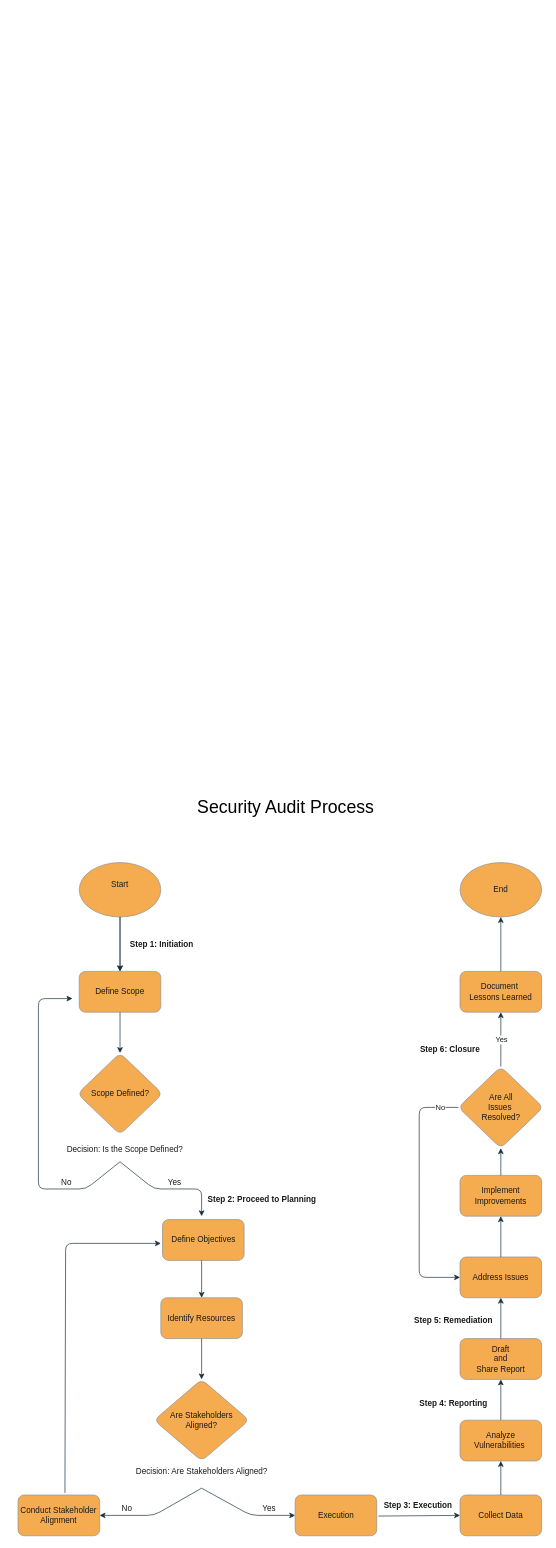
Earlier version of the draw.io diagram Visuals/Security_Audit_Process_Flowchart.drawio (CJWasson/Security-Audit-Botium-Toys). Source tidied: cells renumbered, new cells numbered last; positions are measured from the earlier drawing's top-left corner, leaving out a move shared by most shapes. Both pictures are drawn from the tidied source at 68%, with x=0, y=0 at pixel (18, 794).
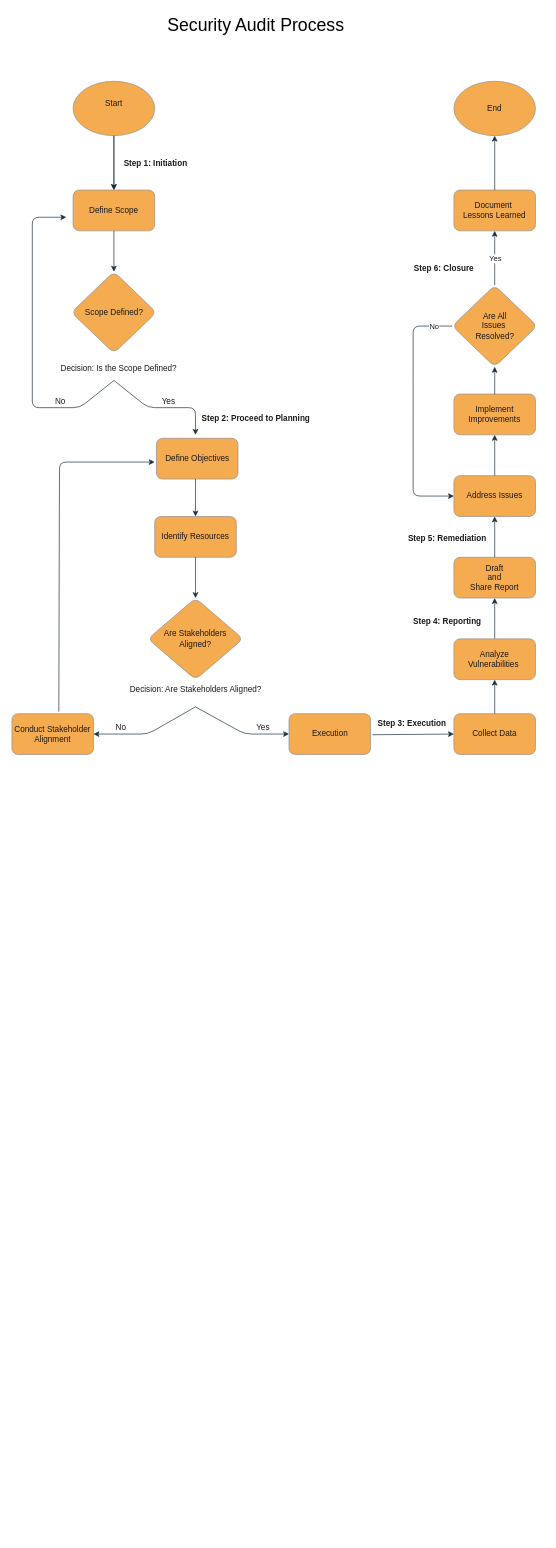
The same diagram, later.

The change refers to these unchanged cells:
```xml
<mxCell id="5" value="&lt;font&gt;Start&lt;/font&gt;&lt;div&gt;&lt;br&gt;&lt;/div&gt;" style="ellipse;whiteSpace=wrap;html=1;labelBackgroundColor=none;fillColor=#F5AB50;strokeColor=#909090;fontColor=#1A1A1A;rounded=1;" parent="3" vertex="1">
  <mxGeometry x="60" width="120" height="80" as="geometry" />
</mxCell>
<mxCell id="6" value="&lt;font&gt;Define Scope&lt;/font&gt;" style="rounded=1;whiteSpace=wrap;html=1;labelBackgroundColor=none;fillColor=#F5AB50;strokeColor=#909090;fontColor=#1A1A1A;" parent="3" vertex="1">
  <mxGeometry x="60" y="160" width="120" height="60" as="geometry" />
</mxCell>
<mxCell id="18" value="&lt;font&gt;Identify Resources&lt;/font&gt;" style="rounded=1;whiteSpace=wrap;html=1;labelBackgroundColor=none;fillColor=#F5AB50;strokeColor=#909090;fontColor=#1A1A1A;" parent="3" vertex="1">
  <mxGeometry x="180" y="640" width="120" height="60" as="geometry" />
</mxCell>
<mxCell id="31" value="&lt;font&gt;Analyze Vulnerabilities&amp;nbsp;&lt;/font&gt;" style="rounded=1;whiteSpace=wrap;html=1;labelBackgroundColor=none;fillColor=#F5AB50;strokeColor=#909090;fontColor=#1A1A1A;" parent="3" vertex="1">
  <mxGeometry x="620" y="820" width="120" height="60" as="geometry" />
</mxCell>
<mxCell id="35" value="Draft&lt;div&gt;and&lt;/div&gt;&lt;div&gt;Share Report&lt;/div&gt;" style="rounded=1;whiteSpace=wrap;html=1;strokeColor=#909090;fontColor=#1A1A1A;fillColor=#F5AB50;" parent="3" vertex="1">
  <mxGeometry x="620" y="700" width="120" height="60" as="geometry" />
</mxCell>
<mxCell id="37" value="Address Issues" style="rounded=1;whiteSpace=wrap;html=1;strokeColor=#909090;fontColor=#1A1A1A;fillColor=#F5AB50;" parent="3" vertex="1">
  <mxGeometry x="620" y="580" width="120" height="60" as="geometry" />
</mxCell>
<mxCell id="38" value="Implement Improvements" style="rounded=1;whiteSpace=wrap;html=1;strokeColor=#909090;fontColor=#1A1A1A;fillColor=#F5AB50;" parent="3" vertex="1">
  <mxGeometry x="620" y="460" width="120" height="60" as="geometry" />
</mxCell>
<mxCell id="46" value="Document&amp;nbsp;&lt;div&gt;Lessons Learned&lt;/div&gt;" style="rounded=1;whiteSpace=wrap;html=1;strokeColor=#909090;fontColor=#1A1A1A;fillColor=#F5AB50;" parent="3" vertex="1">
  <mxGeometry x="620" y="160" width="120" height="60" as="geometry" />
</mxCell>
<mxCell id="52" value="&lt;font&gt;Conduct Stakeholder Alignment&lt;/font&gt;" style="rounded=1;whiteSpace=wrap;html=1;labelBackgroundColor=none;fillColor=#F5AB50;strokeColor=#909090;fontColor=#1A1A1A;" parent="3" vertex="1">
  <mxGeometry x="-30" y="930" width="120" height="60" as="geometry" />
</mxCell>
```

Change to the diagram source:
```diff
@@
-    <mxCell id="2" style="group;" parent="1" vertex="1">
-      <mxGeometry x="30" width="742.5" height="1091" as="geometry" />
-    </mxCell>
+    <mxCell id="54" style="group;" parent="1" vertex="1">
+      <mxGeometry x="21" y="-1149" width="742.5" height="1091" as="geometry" />
+    </mxCell>
-    <mxCell id="3" style="group;" parent="2" vertex="1">
+    <mxCell id="3" style="group;" parent="54" vertex="1">
       <mxGeometry y="101" width="742.5" height="990" as="geometry" />
     </mxCell>
-    <mxCell id="4" style="edgeStyle=orthogonalEdgeStyle;rounded=1;jettySize=auto;html=1;labelBackgroundColor=none;strokeColor=#182E3E;fontColor=default;" parent="3" edge="1" source="5" target="6">
-      <mxGeometry relative="1" as="geometry" />
-    </mxCell>
+    <mxCell id="55" style="edgeStyle=orthogonalEdgeStyle;rounded=1;jettySize=auto;html=1;labelBackgroundColor=none;strokeColor=#182E3E;fontColor=default;" parent="3" edge="1" source="5" target="6">
+      <mxGeometry relative="1" as="geometry" />
+    </mxCell>
@@
-    <mxCell id="8" style="endArrow=classic;html=1;rounded=1;entryX=0.5;entryY=0;entryDx=0;entryDy=0;exitX=0.5;exitY=1;exitDx=0;exitDy=0;labelBackgroundColor=none;strokeColor=#182E3E;fontColor=default;" parent="3" edge="1" source="5" target="6">
-      <mxGeometry relative="1" as="geometry" />
-    </mxCell>
+    <mxCell id="56" style="endArrow=classic;html=1;rounded=1;entryX=0.5;entryY=0;entryDx=0;entryDy=0;exitX=0.5;exitY=1;exitDx=0;exitDy=0;labelBackgroundColor=none;strokeColor=#182E3E;fontColor=default;" parent="3" edge="1" source="5" target="6">
+      <mxGeometry relative="1" as="geometry" />
+    </mxCell>
-    <mxCell id="9" value="&lt;font&gt;&lt;b&gt;Step 1: Initiation&lt;/b&gt;&lt;/font&gt;" style="edgeLabel;html=1;align=center;verticalAlign=middle;fontSize=12;labelBackgroundColor=none;fontColor=#1A1A1A;rounded=1;" parent="8" vertex="1">
+    <mxCell id="9" value="&lt;font&gt;&lt;b&gt;Step 1: Initiation&lt;/b&gt;&lt;/font&gt;" style="edgeLabel;html=1;align=center;verticalAlign=middle;fontSize=12;labelBackgroundColor=none;fontColor=#1A1A1A;rounded=1;" parent="56" vertex="1">
       <mxGeometry relative="1" as="geometry">
         <mxPoint x="60" as="offset" />
       </mxGeometry>
     </mxCell>
@@
-    <mxCell id="12" style="endArrow=classic;html=1;rounded=1;labelBackgroundColor=none;strokeColor=#182E3E;fontColor=default;" parent="3" edge="1">
-      <mxGeometry relative="1" as="geometry">
-        <mxPoint x="120" y="440" as="sourcePoint" />
-        <mxPoint x="240" y="520" as="targetPoint" />
-        <Array as="points">
-          <mxPoint x="170" y="480" />
-          <mxPoint x="240" y="480" />
-        </Array>
-      </mxGeometry>
-    </mxCell>
+    <mxCell id="57" style="endArrow=classic;html=1;rounded=1;labelBackgroundColor=none;strokeColor=#182E3E;fontColor=default;" parent="3" edge="1">
+      <mxGeometry relative="1" as="geometry">
+        <mxPoint x="120" y="440" as="sourcePoint" />
+        <mxPoint x="240" y="520" as="targetPoint" />
+        <Array as="points">
+          <mxPoint x="170" y="480" />
+          <mxPoint x="240" y="480" />
+        </Array>
+      </mxGeometry>
+    </mxCell>
-    <mxCell id="13" value="Yes" style="edgeLabel;html=1;align=center;verticalAlign=middle;fontSize=12;labelBackgroundColor=none;fontColor=#1A1A1A;rounded=1;" parent="12" vertex="1">
+    <mxCell id="13" value="Yes" style="edgeLabel;html=1;align=center;verticalAlign=middle;fontSize=12;labelBackgroundColor=none;fontColor=#1A1A1A;rounded=1;" parent="57" vertex="1">
       <mxGeometry relative="1" as="geometry">
         <mxPoint x="7" y="-10" as="offset" />
       </mxGeometry>
     </mxCell>
-    <mxCell id="14" value="&lt;font style=&quot;font-size: 12px;&quot;&gt;Decision: Is the Scope Defined?&lt;/font&gt;" style="edgeLabel;html=1;align=left;verticalAlign=bottom;rotation=0;labelBackgroundColor=none;fontColor=#1A1A1A;rounded=1;" parent="12" vertex="1">
+    <mxCell id="14" value="&lt;font style=&quot;font-size: 12px;&quot;&gt;Decision: Is the Scope Defined?&lt;/font&gt;" style="edgeLabel;html=1;align=left;verticalAlign=bottom;rotation=0;labelBackgroundColor=none;fontColor=#1A1A1A;rounded=1;" parent="57" vertex="1">
       <mxGeometry x="-1" relative="1" as="geometry">
         <mxPoint x="-80" y="-10" as="offset" />
       </mxGeometry>
     </mxCell>
-    <mxCell id="15" value="Step 2: Proceed to Planning&amp;nbsp;" style="edgeLabel;html=1;align=right;verticalAlign=bottom;fontSize=12;labelBackgroundColor=none;fontColor=#1A1A1A;fontStyle=1;rounded=1;" parent="12" vertex="1">
+    <mxCell id="15" value="Step 2: Proceed to Planning&amp;nbsp;" style="edgeLabel;html=1;align=right;verticalAlign=bottom;fontSize=12;labelBackgroundColor=none;fontColor=#1A1A1A;fontStyle=1;rounded=1;" parent="57" vertex="1">
       <mxGeometry x="1" relative="1" as="geometry">
         <mxPoint x="172" y="-16" as="offset" />
       </mxGeometry>
     </mxCell>
-    <mxCell id="16" style="endArrow=classic;html=1;rounded=1;labelBackgroundColor=none;strokeColor=#182E3E;fontColor=default;" parent="3" edge="1">
-      <mxGeometry relative="1" as="geometry">
-        <mxPoint x="120" y="440" as="sourcePoint" />
-        <mxPoint x="50" y="200" as="targetPoint" />
-        <Array as="points">
-          <mxPoint x="70" y="480" />
-          <mxPoint x="30" y="480" />
-          <mxPoint y="480" />
-          <mxPoint y="200" />
-        </Array>
-      </mxGeometry>
-    </mxCell>
-    <mxCell id="17" value="No" style="edgeLabel;html=1;align=center;verticalAlign=middle;fontSize=12;labelBackgroundColor=none;fontColor=#1A1A1A;rounded=1;" parent="16" vertex="1">
-      <mxGeometry relative="1" as="geometry">
-        <mxPoint x="40" y="88" as="offset" />
-      </mxGeometry>
-    </mxCell>
+    <mxCell id="58" style="endArrow=classic;html=1;rounded=1;labelBackgroundColor=none;strokeColor=#182E3E;fontColor=default;" parent="3" edge="1">
+      <mxGeometry relative="1" as="geometry">
+        <mxPoint x="120" y="440" as="sourcePoint" />
+        <mxPoint x="50" y="200" as="targetPoint" />
+        <Array as="points">
+          <mxPoint x="70" y="480" />
+          <mxPoint x="30" y="480" />
+          <mxPoint y="480" />
+          <mxPoint y="200" />
+        </Array>
+      </mxGeometry>
+    </mxCell>
+    <mxCell id="59" value="No" style="edgeLabel;html=1;align=center;verticalAlign=middle;fontSize=12;labelBackgroundColor=none;fontColor=#1A1A1A;rounded=1;" parent="58" vertex="1">
+      <mxGeometry relative="1" as="geometry">
+        <mxPoint x="40" y="88" as="offset" />
+      </mxGeometry>
+    </mxCell>
@@
-    <mxCell id="21" style="endArrow=classic;html=1;rounded=1;labelBackgroundColor=none;strokeColor=#182E3E;fontColor=default;" parent="3" edge="1">
-      <mxGeometry relative="1" as="geometry">
-        <mxPoint x="240" y="920" as="sourcePoint" />
-        <mxPoint x="90" y="960" as="targetPoint" />
-        <Array as="points">
-          <mxPoint x="170" y="960" />
-        </Array>
-      </mxGeometry>
-    </mxCell>
-    <mxCell id="22" value="No" style="edgeLabel;html=1;align=center;verticalAlign=middle;fontSize=12;labelBackgroundColor=none;fontColor=#1A1A1A;rounded=1;" parent="21" vertex="1">
-      <mxGeometry relative="1" as="geometry">
-        <mxPoint x="-41" y="-10" as="offset" />
-      </mxGeometry>
-    </mxCell>
-    <mxCell id="23" style="endArrow=classic;html=1;rounded=1;labelBackgroundColor=none;strokeColor=#182E3E;fontColor=default;" parent="3" edge="1">
-      <mxGeometry relative="1" as="geometry">
-        <mxPoint x="240" y="920" as="sourcePoint" />
-        <mxPoint x="377.5" y="960" as="targetPoint" />
-        <Array as="points">
-          <mxPoint x="312.5" y="960" />
-        </Array>
-      </mxGeometry>
-    </mxCell>
+    <mxCell id="60" style="endArrow=classic;html=1;rounded=1;labelBackgroundColor=none;strokeColor=#182E3E;fontColor=default;" parent="3" edge="1">
+      <mxGeometry relative="1" as="geometry">
+        <mxPoint x="240" y="920" as="sourcePoint" />
+        <mxPoint x="90" y="960" as="targetPoint" />
+        <Array as="points">
+          <mxPoint x="170" y="960" />
+        </Array>
+      </mxGeometry>
+    </mxCell>
+    <mxCell id="61" value="No" style="edgeLabel;html=1;align=center;verticalAlign=middle;fontSize=12;labelBackgroundColor=none;fontColor=#1A1A1A;rounded=1;" parent="60" vertex="1">
+      <mxGeometry relative="1" as="geometry">
+        <mxPoint x="-41" y="-10" as="offset" />
+      </mxGeometry>
+    </mxCell>
+    <mxCell id="62" style="endArrow=classic;html=1;rounded=1;labelBackgroundColor=none;strokeColor=#182E3E;fontColor=default;" parent="3" edge="1">
+      <mxGeometry relative="1" as="geometry">
+        <mxPoint x="240" y="920" as="sourcePoint" />
+        <mxPoint x="377.5" y="960" as="targetPoint" />
+        <Array as="points">
+          <mxPoint x="312.5" y="960" />
+        </Array>
+      </mxGeometry>
+    </mxCell>
-    <mxCell id="24" value="Yes" style="edgeLabel;html=1;align=center;verticalAlign=middle;fontSize=12;labelBackgroundColor=none;fontColor=#1A1A1A;rounded=1;" parent="23" vertex="1">
+    <mxCell id="24" value="Yes" style="edgeLabel;html=1;align=center;verticalAlign=middle;fontSize=12;labelBackgroundColor=none;fontColor=#1A1A1A;rounded=1;" parent="62" vertex="1">
       <mxGeometry x="0.48" y="3" relative="1" as="geometry">
         <mxPoint y="-8" as="offset" />
       </mxGeometry>
     </mxCell>
@@
-    <mxCell id="26" style="endArrow=classic;html=1;rounded=1;labelBackgroundColor=none;strokeColor=#182E3E;fontColor=default;entryX=0.5;entryY=0;entryDx=0;entryDy=0;" parent="3" edge="1" target="18">
-      <mxGeometry relative="1" as="geometry">
-        <mxPoint x="240" y="585" as="sourcePoint" />
-      </mxGeometry>
-    </mxCell>
+    <mxCell id="63" style="endArrow=classic;html=1;rounded=1;labelBackgroundColor=none;strokeColor=#182E3E;fontColor=default;entryX=0.5;entryY=0;entryDx=0;entryDy=0;" parent="3" edge="1" target="18">
+      <mxGeometry relative="1" as="geometry">
+        <mxPoint x="240" y="585" as="sourcePoint" />
+      </mxGeometry>
+    </mxCell>
@@
-    <mxCell id="30" style="edgeStyle=orthogonalEdgeStyle;rounded=1;jettySize=auto;html=1;labelBackgroundColor=none;strokeColor=#182E3E;fontColor=default;" parent="3" edge="1" source="31">
-      <mxGeometry relative="1" as="geometry">
-        <mxPoint x="680" y="760" as="targetPoint" />
-      </mxGeometry>
-    </mxCell>
+    <mxCell id="64" style="edgeStyle=orthogonalEdgeStyle;rounded=1;jettySize=auto;html=1;labelBackgroundColor=none;strokeColor=#182E3E;fontColor=default;" parent="3" edge="1" source="31">
+      <mxGeometry relative="1" as="geometry">
+        <mxPoint x="680" y="760" as="targetPoint" />
+      </mxGeometry>
+    </mxCell>
@@
-    <mxCell id="36" style="endArrow=classic;html=1;rounded=1;labelBackgroundColor=none;strokeColor=#182E3E;fontColor=default;exitX=0.5;exitY=0;exitDx=0;exitDy=0;" parent="3" edge="1" source="35">
-      <mxGeometry relative="1" as="geometry">
-        <mxPoint x="680" y="640" as="targetPoint" />
-      </mxGeometry>
-    </mxCell>
+    <mxCell id="65" style="endArrow=classic;html=1;rounded=1;labelBackgroundColor=none;strokeColor=#182E3E;fontColor=default;exitX=0.5;exitY=0;exitDx=0;exitDy=0;" parent="3" edge="1" source="35">
+      <mxGeometry relative="1" as="geometry">
+        <mxPoint x="680" y="640" as="targetPoint" />
+      </mxGeometry>
+    </mxCell>
@@
-    <mxCell id="39" style="endArrow=classic;html=1;rounded=1;exitX=0.5;exitY=0;exitDx=0;exitDy=0;labelBackgroundColor=none;strokeColor=#182E3E;fontColor=default;" parent="3" edge="1" source="37">
-      <mxGeometry relative="1" as="geometry">
-        <mxPoint x="680" y="520" as="targetPoint" />
-      </mxGeometry>
-    </mxCell>
+    <mxCell id="66" style="endArrow=classic;html=1;rounded=1;exitX=0.5;exitY=0;exitDx=0;exitDy=0;labelBackgroundColor=none;strokeColor=#182E3E;fontColor=default;" parent="3" edge="1" source="37">
+      <mxGeometry relative="1" as="geometry">
+        <mxPoint x="680" y="520" as="targetPoint" />
+      </mxGeometry>
+    </mxCell>
@@
-    <mxCell id="41" style="endArrow=classic;html=1;rounded=1;labelBackgroundColor=none;strokeColor=#182E3E;fontColor=default;exitX=0.5;exitY=0;exitDx=0;exitDy=0;" parent="3" edge="1" source="38">
-      <mxGeometry relative="1" as="geometry">
-        <mxPoint x="680" y="420" as="targetPoint" />
-      </mxGeometry>
-    </mxCell>
+    <mxCell id="67" style="endArrow=classic;html=1;rounded=1;labelBackgroundColor=none;strokeColor=#182E3E;fontColor=default;exitX=0.5;exitY=0;exitDx=0;exitDy=0;" parent="3" edge="1" source="38">
+      <mxGeometry relative="1" as="geometry">
+        <mxPoint x="680" y="420" as="targetPoint" />
+      </mxGeometry>
+    </mxCell>
@@
-    <mxCell id="49" style="endArrow=classic;html=1;rounded=1;exitX=0.5;exitY=0;exitDx=0;exitDy=0;labelBackgroundColor=none;strokeColor=#182E3E;fontColor=default;" parent="3" edge="1" source="46">
-      <mxGeometry relative="1" as="geometry">
-        <mxPoint x="680" y="80" as="targetPoint" />
-      </mxGeometry>
-    </mxCell>
-    <mxCell id="50" style="endArrow=classic;html=1;rounded=1;exitX=0.575;exitY=-0.05;exitDx=0;exitDy=0;labelBackgroundColor=none;strokeColor=#182E3E;fontColor=default;exitPerimeter=0;" parent="3" edge="1" source="52">
-      <mxGeometry relative="1" as="geometry">
-        <mxPoint x="180" y="560" as="targetPoint" />
-        <Array as="points">
-          <mxPoint x="40" y="560" />
-        </Array>
-      </mxGeometry>
-    </mxCell>
+    <mxCell id="68" style="endArrow=classic;html=1;rounded=1;exitX=0.5;exitY=0;exitDx=0;exitDy=0;labelBackgroundColor=none;strokeColor=#182E3E;fontColor=default;" parent="3" edge="1" source="46">
+      <mxGeometry relative="1" as="geometry">
+        <mxPoint x="680" y="80" as="targetPoint" />
+      </mxGeometry>
+    </mxCell>
+    <mxCell id="69" style="endArrow=classic;html=1;rounded=1;exitX=0.575;exitY=-0.05;exitDx=0;exitDy=0;labelBackgroundColor=none;strokeColor=#182E3E;fontColor=default;exitPerimeter=0;" parent="3" edge="1" source="52">
+      <mxGeometry relative="1" as="geometry">
+        <mxPoint x="180" y="560" as="targetPoint" />
+        <Array as="points">
+          <mxPoint x="40" y="560" />
+        </Array>
+      </mxGeometry>
+    </mxCell>
@@
-    <mxCell id="53" value="&lt;font style=&quot;font-size: 26px;&quot;&gt;Security Audit Process&amp;nbsp;&lt;/font&gt;" style="text;html=1;align=center;verticalAlign=middle;strokeColor=none;fillColor=none;" parent="2" vertex="1">
-      <mxGeometry x="222" width="290" height="40" as="geometry" />
+    <mxCell id="53" value="&lt;font style=&quot;font-size: 26px;&quot;&gt;Security Audit Process&amp;nbsp;&lt;/font&gt;" style="text;html=1;align=center;verticalAlign=middle;strokeColor=none;fillColor=none;" parent="54" vertex="1">
+      <mxGeometry x="187" y="-1" width="290" height="40" as="geometry" />
     </mxCell>
```
